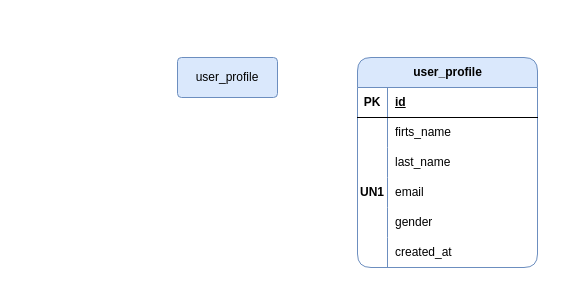
Above: Untitled Diagram.drawio in enaide/spring-jpa (draw.io), before the change. Source tidied: cells renumbered, new cells numbered last; positions are measured from the earlier drawing's top-left corner, leaving out a move shared by most shapes. Both pictures are drawn from the tidied source at 100%, with x=0, y=0 at pixel (177, 57).
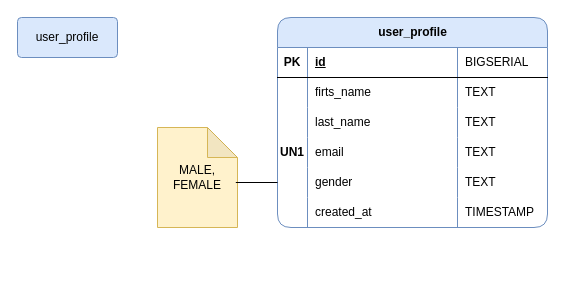
The same diagram, later.

Commit message:
Create user_profile table

What changed in the source:
```diff
@@
     <mxCell id="2" value="&lt;div&gt;user_profile&lt;/div&gt;" style="rounded=1;arcSize=10;whiteSpace=wrap;html=1;align=center;fillColor=#dae8fc;strokeColor=#6c8ebf;" parent="1" vertex="1">
-      <mxGeometry width="100" height="40" as="geometry" />
+      <mxGeometry x="-160" y="-40" width="100" height="40" as="geometry" />
     </mxCell>
     <mxCell id="3" value="&lt;div&gt;user_profile&lt;/div&gt;" style="shape=table;startSize=30;childLayout=tableLayout;rowLines=0;fontStyle=1;align=center;html=1;rounded=1;fillColor=#dae8fc;strokeColor=#6c8ebf;" parent="1" vertex="1">
-      <mxGeometry x="180" width="180" height="210" as="geometry" />
+      <mxGeometry x="100" y="-40" width="270" height="210" as="geometry" />
     </mxCell>
     <mxCell id="4" style="shape=tableRow;horizontal=0;startSize=0;swimlaneHead=0;swimlaneBody=0;fillColor=none;top=0;left=0;right=0;bottom=1;" parent="3" vertex="1">
-      <mxGeometry y="30" width="180" height="30" as="geometry" />
+      <mxGeometry y="30" width="270" height="30" as="geometry" />
     </mxCell>
@@
+    <mxCell id="22" value="BIGSERIAL" style="shape=partialRectangle;fillColor=none;top=0;left=0;bottom=0;right=0;align=left;spacingLeft=6;fontStyle=0;overflow=hidden;whiteSpace=wrap;html=1;" parent="4" vertex="1">
+      <mxGeometry x="180" width="90" height="30" as="geometry" />
+    </mxCell>
     <mxCell id="7" style="shape=tableRow;horizontal=0;startSize=0;swimlaneHead=0;swimlaneBody=0;fillColor=none;top=0;left=0;right=0;bottom=0;" parent="3" vertex="1">
-      <mxGeometry y="60" width="180" height="30" as="geometry" />
+      <mxGeometry y="60" width="270" height="30" as="geometry" />
     </mxCell>
@@
+    <mxCell id="23" value="TEXT" style="shape=partialRectangle;fillColor=none;top=0;left=0;bottom=0;right=0;align=left;spacingLeft=6;overflow=hidden;whiteSpace=wrap;html=1;" parent="7" vertex="1">
+      <mxGeometry x="180" width="90" height="30" as="geometry" />
+    </mxCell>
     <mxCell id="10" style="shape=tableRow;horizontal=0;startSize=0;swimlaneHead=0;swimlaneBody=0;fillColor=none;top=0;left=0;right=0;bottom=0;" parent="3" vertex="1">
-      <mxGeometry y="90" width="180" height="30" as="geometry" />
+      <mxGeometry y="90" width="270" height="30" as="geometry" />
     </mxCell>
@@
+    <mxCell id="24" value="TEXT" style="shape=partialRectangle;fillColor=none;top=0;left=0;bottom=0;right=0;align=left;spacingLeft=6;overflow=hidden;whiteSpace=wrap;html=1;" parent="10" vertex="1">
+      <mxGeometry x="180" width="90" height="30" as="geometry" />
+    </mxCell>
     <mxCell id="13" style="shape=tableRow;horizontal=0;startSize=0;swimlaneHead=0;swimlaneBody=0;fillColor=none;top=0;left=0;right=0;bottom=0;" parent="3" vertex="1">
-      <mxGeometry y="120" width="180" height="30" as="geometry" />
+      <mxGeometry y="120" width="270" height="30" as="geometry" />
     </mxCell>
@@
+    <mxCell id="25" value="TEXT" style="shape=partialRectangle;fillColor=none;top=0;left=0;bottom=0;right=0;align=left;spacingLeft=6;overflow=hidden;whiteSpace=wrap;html=1;" parent="13" vertex="1">
+      <mxGeometry x="180" width="90" height="30" as="geometry" />
+    </mxCell>
     <mxCell id="16" style="shape=tableRow;horizontal=0;startSize=0;swimlaneHead=0;swimlaneBody=0;fillColor=none;points=[[0,0.5],[1,0.5]];portConstraint=eastwest;top=0;left=0;right=0;bottom=0;" parent="3" vertex="1">
-      <mxGeometry y="150" width="180" height="30" as="geometry" />
+      <mxGeometry y="150" width="270" height="30" as="geometry" />
     </mxCell>
@@
+    <mxCell id="26" value="TEXT" style="shape=partialRectangle;fillColor=none;top=0;left=0;bottom=0;right=0;align=left;spacingLeft=6;overflow=hidden;whiteSpace=wrap;html=1;" parent="16" vertex="1">
+      <mxGeometry x="180" width="90" height="30" as="geometry" />
+    </mxCell>
     <mxCell id="19" style="shape=tableRow;horizontal=0;startSize=0;swimlaneHead=0;swimlaneBody=0;fillColor=none;top=0;left=0;right=0;bottom=0;" parent="3" vertex="1">
-      <mxGeometry y="180" width="180" height="30" as="geometry" />
+      <mxGeometry y="180" width="270" height="30" as="geometry" />
     </mxCell>
@@
+    <mxCell id="27" value="TIMESTAMP" style="shape=partialRectangle;fillColor=none;top=0;left=0;bottom=0;right=0;align=left;spacingLeft=6;overflow=hidden;whiteSpace=wrap;html=1;" parent="19" vertex="1">
+      <mxGeometry x="180" width="90" height="30" as="geometry" />
+    </mxCell>
+    <mxCell id="28" value="&lt;div&gt;MALE,&lt;/div&gt;&lt;div&gt;FEMALE&lt;br&gt;&lt;/div&gt;" style="shape=note;whiteSpace=wrap;html=1;backgroundOutline=1;darkOpacity=0.05;fillColor=#fff2cc;strokeColor=#d6b656;" parent="1" vertex="1">
+      <mxGeometry x="-20" y="70" width="80" height="100" as="geometry" />
+    </mxCell>
+    <mxCell id="29" style="edgeStyle=orthogonalEdgeStyle;rounded=0;jettySize=auto;html=1;entryX=0.979;entryY=0.55;entryDx=0;entryDy=0;entryPerimeter=0;strokeColor=default;endArrow=none;endFill=0;" parent="1" edge="1" source="16" target="28">
+      <mxGeometry relative="1" as="geometry" />
+    </mxCell>
```
